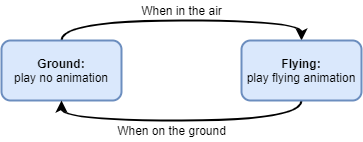
This is docs/public/assets/images/concepts/animation-controllers/two_state_FSM.png from Bedrock-OSS/bedrock-wiki, a draw.io export, as it was before one commit. Source tidied: cells renumbered, new cells last; positions are measured from the earlier drawing's top-left corner, leaving out a move shared by most shapes.
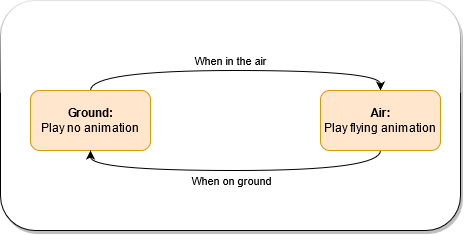
After the commit.

Commit message:
Disambiguate Animation Controllers

Diff of the diagram source:
```diff
@@ -2,23 +2,28 @@
   <root>
     <mxCell id="0" />
     <mxCell id="1" parent="0" />
-    <mxCell id="2" style="edgeStyle=orthogonalEdgeStyle;curved=1;rounded=0;jettySize=auto;html=1;exitX=0.5;exitY=0;exitDx=0;exitDy=0;entryX=0.5;entryY=0;entryDx=0;entryDy=0;strokeWidth=2;" parent="1" edge="1" source="3" target="5">
-      <mxGeometry relative="1" as="geometry" />
-    </mxCell>
-    <mxCell id="3" value="&lt;b&gt;Ground:&lt;/b&gt;&lt;br&gt;play no animation" style="rounded=1;whiteSpace=wrap;html=1;fillColor=#dae8fc;strokeColor=#6c8ebf;strokeWidth=2;" parent="1" vertex="1">
-      <mxGeometry y="40" width="120" height="60" as="geometry" />
-    </mxCell>
-    <mxCell id="4" style="edgeStyle=orthogonalEdgeStyle;curved=1;rounded=0;jettySize=auto;html=1;exitX=0.5;exitY=1;exitDx=0;exitDy=0;entryX=0.5;entryY=1;entryDx=0;entryDy=0;strokeWidth=2;" parent="1" edge="1" source="5" target="3">
-      <mxGeometry relative="1" as="geometry" />
-    </mxCell>
-    <mxCell id="5" value="&lt;b&gt;Flying:&lt;/b&gt;&lt;br&gt;play flying animation" style="rounded=1;whiteSpace=wrap;html=1;fillColor=#dae8fc;strokeColor=#6c8ebf;strokeWidth=2;" parent="1" vertex="1">
-      <mxGeometry x="240" y="40" width="120" height="60" as="geometry" />
-    </mxCell>
+    <mxCell id="8" value="&lt;div&gt;&lt;br&gt;&lt;/div&gt;&lt;div&gt;&lt;br&gt;&lt;/div&gt;" style="rounded=1;whiteSpace=wrap;html=1;shadow=1;sketch=0;glass=1;" parent="1" vertex="1">
+      <mxGeometry x="-100" y="-60" width="460" height="230" as="geometry" />
+    </mxCell>
+    <mxCell id="9" style="edgeStyle=orthogonalEdgeStyle;curved=1;rounded=0;jettySize=auto;html=1;exitX=0.5;exitY=0;exitDx=0;exitDy=0;entryX=0.5;entryY=0;entryDx=0;entryDy=0;" parent="1" edge="1" source="10" target="13">
+      <mxGeometry relative="1" as="geometry" />
+    </mxCell>
+    <mxCell id="10" value="&lt;div&gt;&lt;b&gt;Ground:&lt;/b&gt;&lt;/div&gt;&lt;div&gt;Play no animation&lt;br&gt;&lt;/div&gt;" style="rounded=1;whiteSpace=wrap;html=1;fillColor=#ffe6cc;strokeColor=#d79b00;glass=0;" parent="1" vertex="1">
+      <mxGeometry x="-70" y="30" width="120" height="60" as="geometry" />
+    </mxCell>
+    <mxCell id="11" style="edgeStyle=orthogonalEdgeStyle;rounded=0;jettySize=auto;html=1;exitX=0.5;exitY=1;exitDx=0;exitDy=0;entryX=0.5;entryY=1;entryDx=0;entryDy=0;curved=1;" parent="1" edge="1" source="13" target="10">
+      <mxGeometry relative="1" as="geometry" />
+    </mxCell>
+    <mxCell id="12" value="When on ground" style="edgeLabel;html=1;align=center;verticalAlign=middle;" parent="11" vertex="1">
+      <mxGeometry x="-0.08" y="1" relative="1" as="geometry">
+        <mxPoint x="-18" y="9" as="offset" />
+      </mxGeometry>
+    </mxCell>
+    <mxCell id="13" value="&lt;div&gt;&lt;b&gt;Air:&lt;/b&gt;&lt;/div&gt;&lt;div&gt;Play flying animation&lt;br&gt;&lt;/div&gt;" style="rounded=1;whiteSpace=wrap;html=1;fillColor=#ffe6cc;strokeColor=#d79b00;" parent="1" vertex="1">
+      <mxGeometry x="220" y="30" width="120" height="60" as="geometry" />
+    </mxCell>
-    <mxCell id="6" value="When in the air" style="text;html=1;align=center;verticalAlign=middle;" parent="1" vertex="1">
-      <mxGeometry x="130" width="100" height="20" as="geometry" />
+    <mxCell id="6" value="When in the air" style="edgeLabel;html=1;align=center;verticalAlign=middle;" parent="1" vertex="1">
+      <mxGeometry x="130" as="geometry" />
     </mxCell>
-    <mxCell id="7" value="When on the ground" style="text;html=1;align=center;verticalAlign=middle;" parent="1" vertex="1">
-      <mxGeometry x="110" y="120" width="120" height="20" as="geometry" />
-    </mxCell>
   </root>
 </mxGraphModel>
```
